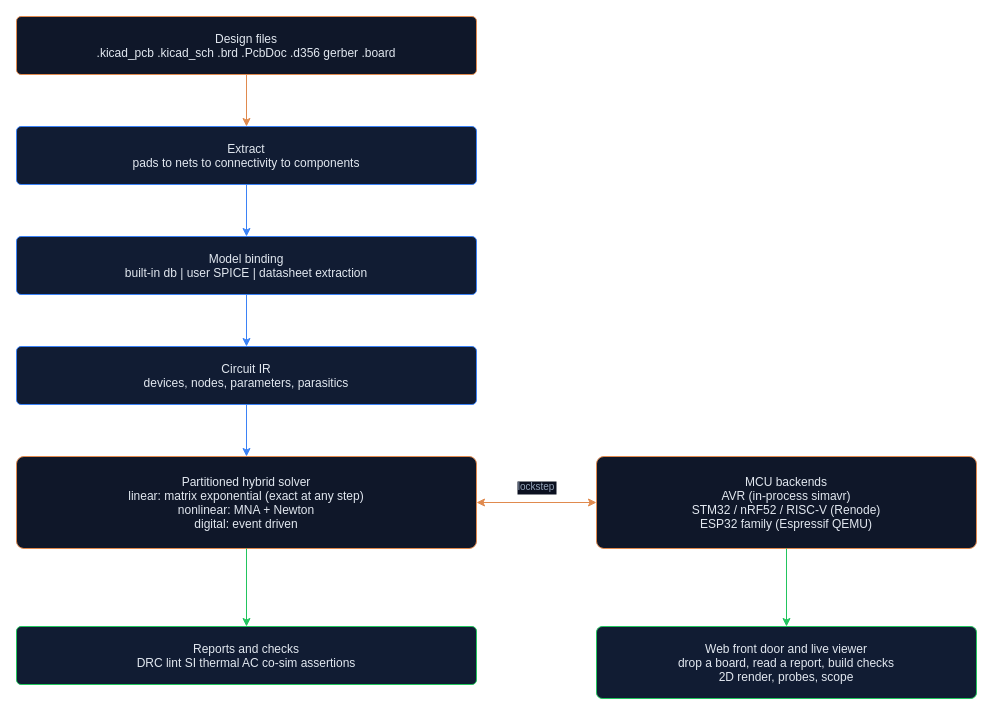
Earlier version of the draw.io diagram docs/assets/diagrams/architecture.drawio (hauksbee-dev/hauksbee). Source tidied: cells renumbered, new cells numbered last; positions are measured from the earlier drawing's top-left corner, leaving out a move shared by most shapes. Both pictures are drawn from the tidied source at 100%, with x=0, y=0 at pixel (16, 16).
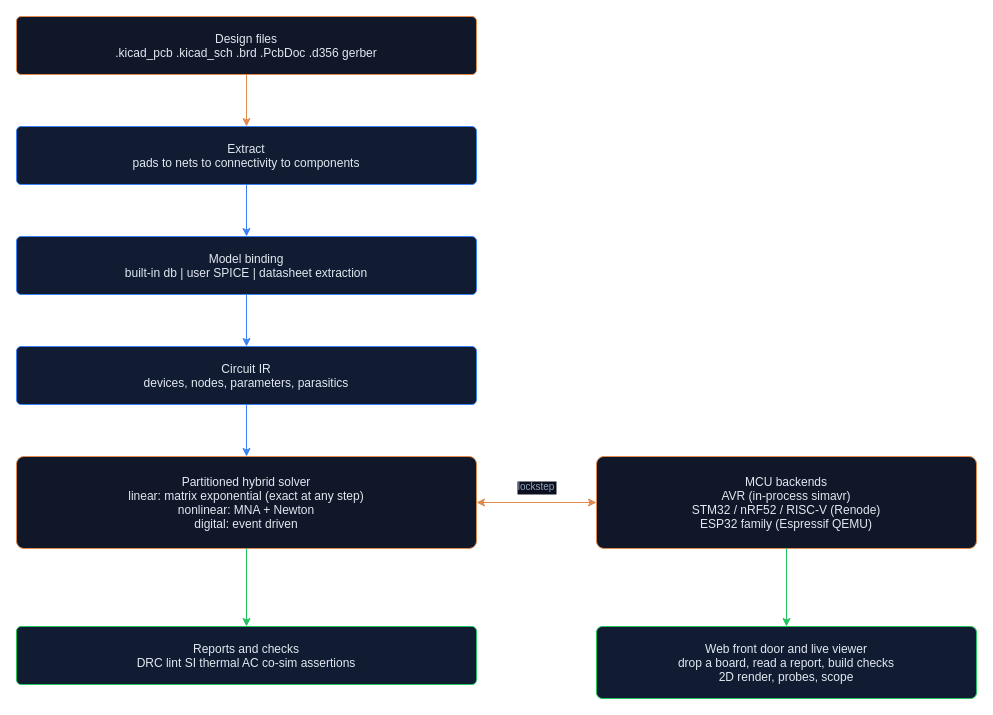
After the change.

Change to the diagram source:
```diff
@@
 <mxGraphModel>
   <root>
     <mxCell id="0" />
     <mxCell id="1" parent="0" />
-    <mxCell id="2" value="Design files&#10;.kicad_pcb  .kicad_sch  .brd  .PcbDoc  .d356  gerber  .board" style="rounded=1;arcSize=8;fillColor=#0f1729;strokeColor=#e08a4e;fontColor=#e2e8f0;fontSize=12;" parent="1" vertex="1">
+    <mxCell id="2" value="Design files&#10;.kicad_pcb  .kicad_sch  .brd  .PcbDoc  .d356  gerber" style="rounded=1;arcSize=8;fillColor=#0f1729;strokeColor=#e08a4e;fontColor=#e2e8f0;fontSize=12;" parent="1" vertex="1">
       <mxGeometry width="460" height="58" as="geometry" />
     </mxCell>
     <mxCell id="3" value="Extract&#10;pads to nets to connectivity to components" style="rounded=1;arcSize=8;fillColor=#111c33;strokeColor=#3b82f6;fontColor=#e2e8f0;fontSize=12;" parent="1" vertex="1">
       <mxGeometry y="110" width="460" height="58" as="geometry" />
     </mxCell>
     <mxCell id="4" value="Model binding&#10;built-in db | user SPICE | datasheet extraction" style="rounded=1;arcSize=8;fillColor=#111c33;strokeColor=#3b82f6;fontColor=#e2e8f0;fontSize=12;" parent="1" vertex="1">
       <mxGeometry y="220" width="460" height="58" as="geometry" />
     </mxCell>
     <mxCell id="5" value="Circuit IR&#10;devices, nodes, parameters, parasitics" style="rounded=1;arcSize=8;fillColor=#111c33;strokeColor=#3b82f6;fontColor=#e2e8f0;fontSize=12;" parent="1" vertex="1">
       <mxGeometry y="330" width="460" height="58" as="geometry" />
     </mxCell>
     <mxCell id="6" value="Partitioned hybrid solver&#10;linear: matrix exponential (exact at any step)&#10;nonlinear: MNA + Newton&#10;digital: event driven" style="rounded=1;arcSize=8;fillColor=#0f1729;strokeColor=#e08a4e;fontColor=#e2e8f0;fontSize=12;" parent="1" vertex="1">
       <mxGeometry y="440" width="460" height="92" as="geometry" />
     </mxCell>
     <mxCell id="7" value="MCU backends&#10;AVR (in-process simavr)&#10;STM32 / nRF52 / RISC-V (Renode)&#10;ESP32 family (Espressif QEMU)" style="rounded=1;arcSize=8;fillColor=#0f1729;strokeColor=#e08a4e;fontColor=#e2e8f0;fontSize=12;" parent="1" vertex="1">
       <mxGeometry x="580" y="440" width="380" height="92" as="geometry" />
     </mxCell>
     <mxCell id="8" value="Reports and checks&#10;DRC  lint  SI  thermal  AC  co-sim assertions" style="rounded=1;arcSize=8;fillColor=#111c33;strokeColor=#22c55e;fontColor=#e2e8f0;fontSize=12;" parent="1" vertex="1">
       <mxGeometry y="610" width="460" height="58" as="geometry" />
     </mxCell>
     <mxCell id="9" value="Web front door and live viewer&#10;drop a board, read a report, build checks&#10;2D render, probes, scope" style="rounded=1;arcSize=8;fillColor=#111c33;strokeColor=#22c55e;fontColor=#e2e8f0;fontSize=12;" parent="1" vertex="1">
       <mxGeometry x="580" y="610" width="380" height="72" as="geometry" />
     </mxCell>
     <mxCell id="10" style="edgeStyle=orthogonalEdgeStyle;rounded=1;strokeColor=#e08a4e;exitX=0.5;exitY=1;entryX=0.5;entryY=0;" parent="1" edge="1" source="2" target="3">
       <mxGeometry relative="1" as="geometry" />
     </mxCell>
     <mxCell id="11" style="edgeStyle=orthogonalEdgeStyle;rounded=1;strokeColor=#3b82f6;exitX=0.5;exitY=1;entryX=0.5;entryY=0;" parent="1" edge="1" source="3" target="4">
       <mxGeometry relative="1" as="geometry" />
     </mxCell>
     <mxCell id="12" style="edgeStyle=orthogonalEdgeStyle;rounded=1;strokeColor=#3b82f6;exitX=0.5;exitY=1;entryX=0.5;entryY=0;" parent="1" edge="1" source="4" target="5">
       <mxGeometry relative="1" as="geometry" />
     </mxCell>
     <mxCell id="13" style="edgeStyle=orthogonalEdgeStyle;rounded=1;strokeColor=#3b82f6;exitX=0.5;exitY=1;entryX=0.5;entryY=0;" parent="1" edge="1" source="5" target="6">
       <mxGeometry relative="1" as="geometry" />
     </mxCell>
     <mxCell id="14" value="lockstep" style="edgeStyle=orthogonalEdgeStyle;rounded=1;strokeColor=#e08a4e;startArrow=classic;startFill=1;exitX=1;exitY=0.5;entryX=0;entryY=0.5;fontColor=#94a3b8;fontSize=10;labelBackgroundColor=#0b1020;" parent="1" edge="1" source="6" target="7">
       <mxGeometry relative="1" as="geometry">
         <mxPoint y="-16" as="offset" />
       </mxGeometry>
     </mxCell>
     <mxCell id="15" style="edgeStyle=orthogonalEdgeStyle;rounded=1;strokeColor=#22c55e;exitX=0.5;exitY=1;entryX=0.5;entryY=0;" parent="1" edge="1" source="6" target="8">
       <mxGeometry relative="1" as="geometry" />
     </mxCell>
     <mxCell id="16" style="edgeStyle=orthogonalEdgeStyle;rounded=1;strokeColor=#22c55e;exitX=0.5;exitY=1;entryX=0.5;entryY=0;" parent="1" edge="1" source="7" target="9">
       <mxGeometry relative="1" as="geometry" />
     </mxCell>
   </root>
 </mxGraphModel>
```
